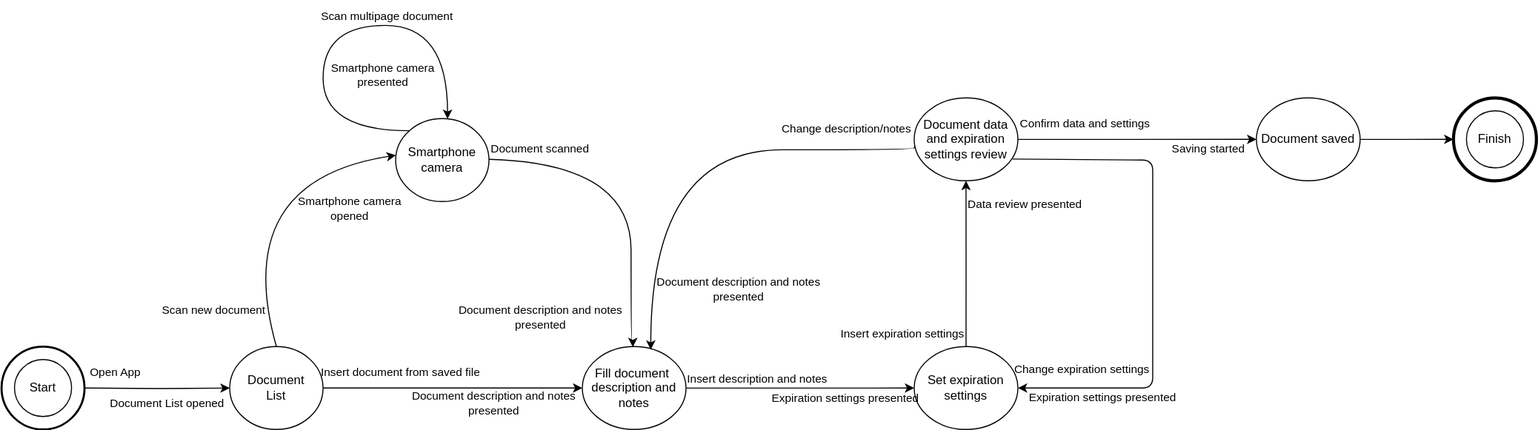
antoniociprani/human_computer_interaction keeps this draw.io diagram as Draw.io diagrams/document_add_STN.drawio.svg. Above is the earlier version. Source tidied: cells renumbered, new cells last; positions are measured from the earlier drawing's top-left corner, leaving out a move shared by most shapes. The source it was exported from:
```xml
<mxGraphModel>
  <root>
    <mxCell id="0" />
    <mxCell id="1" parent="0" />
    <mxCell id="2" style="edgeStyle=orthogonalEdgeStyle;rounded=0;jettySize=auto;html=1;" parent="1" edge="1" source="4" target="8">
      <mxGeometry relative="1" as="geometry" />
    </mxCell>
    <mxCell id="3" style="rounded=0;jettySize=auto;html=1;entryX=0.003;entryY=0.442;entryDx=0;entryDy=0;entryPerimeter=0;jumpStyle=arc;jumpSize=6;curved=1;exitX=0.5;exitY=0;exitDx=0;exitDy=0;" parent="1" edge="1" source="4" target="13">
      <mxGeometry relative="1" as="geometry">
        <Array as="points">
          <mxPoint x="220" y="174" />
        </Array>
      </mxGeometry>
    </mxCell>
    <mxCell id="4" value="Document&lt;div&gt;List&lt;/div&gt;" style="ellipse;whiteSpace=wrap;html=1;" parent="1" vertex="1">
      <mxGeometry x="220" y="334" width="90" height="80" as="geometry" />
    </mxCell>
    <mxCell id="5" value="Open App" style="text;html=1;align=center;verticalAlign=middle;whiteSpace=wrap;rounded=0;fontSize=11;" parent="1" vertex="1">
      <mxGeometry x="80" y="344" width="60" height="30" as="geometry" />
    </mxCell>
    <mxCell id="6" value="Document List opened" style="text;html=1;align=center;verticalAlign=middle;whiteSpace=wrap;rounded=0;fontSize=11;" parent="1" vertex="1">
      <mxGeometry x="90" y="374" width="140" height="30" as="geometry" />
    </mxCell>
    <mxCell id="7" style="edgeStyle=orthogonalEdgeStyle;rounded=0;jettySize=auto;html=1;" parent="1" edge="1" source="8">
      <mxGeometry relative="1" as="geometry">
        <mxPoint x="880" y="374" as="targetPoint" />
        <Array as="points">
          <mxPoint x="840" y="374" />
          <mxPoint x="840" y="374" />
        </Array>
      </mxGeometry>
    </mxCell>
    <mxCell id="8" value="Fill d&lt;span style=&quot;background-color: initial;&quot;&gt;ocument&amp;nbsp;&lt;/span&gt;&lt;div&gt;&lt;div&gt;description and notes&lt;/div&gt;&lt;/div&gt;" style="ellipse;whiteSpace=wrap;html=1;" parent="1" vertex="1">
      <mxGeometry x="560" y="334" width="100" height="80" as="geometry" />
    </mxCell>
    <mxCell id="9" value="Insert document from saved file" style="text;html=1;align=center;verticalAlign=middle;whiteSpace=wrap;rounded=0;fontSize=11;" parent="1" vertex="1">
      <mxGeometry x="300" y="344" width="170" height="30" as="geometry" />
    </mxCell>
    <mxCell id="10" value="Document description and notes&lt;div&gt;presented&lt;/div&gt;" style="text;html=1;align=center;verticalAlign=middle;whiteSpace=wrap;rounded=0;fontSize=11;" parent="1" vertex="1">
      <mxGeometry x="390" y="374" width="170" height="30" as="geometry" />
    </mxCell>
    <mxCell id="11" style="edgeStyle=orthogonalEdgeStyle;rounded=0;orthogonalLoop=1;jettySize=auto;html=1;curved=1;entryX=0.617;entryY=0.019;entryDx=0;entryDy=0;entryPerimeter=0;" parent="1" edge="1">
      <mxGeometry relative="1" as="geometry">
        <mxPoint x="457" y="153" as="sourcePoint" />
        <mxPoint x="608.7" y="334.5" as="targetPoint" />
        <Array as="points">
          <mxPoint x="607" y="153" />
          <mxPoint x="607" y="329" />
          <mxPoint x="609" y="329" />
        </Array>
      </mxGeometry>
    </mxCell>
    <mxCell id="12" style="edgeStyle=orthogonalEdgeStyle;rounded=0;orthogonalLoop=1;jettySize=auto;html=1;exitX=0;exitY=0;exitDx=0;exitDy=0;curved=1;" parent="1" edge="1" source="13" target="13">
      <mxGeometry relative="1" as="geometry">
        <Array as="points">
          <mxPoint x="310" y="126" />
          <mxPoint x="310" y="24" />
          <mxPoint x="430" y="24" />
        </Array>
      </mxGeometry>
    </mxCell>
    <mxCell id="13" value="Smartphone&lt;div&gt;camera&lt;/div&gt;" style="ellipse;whiteSpace=wrap;html=1;" parent="1" vertex="1">
      <mxGeometry x="380" y="114" width="90" height="80" as="geometry" />
    </mxCell>
    <mxCell id="14" value="Scan new document" style="text;html=1;align=center;verticalAlign=middle;whiteSpace=wrap;rounded=0;fontSize=11;" parent="1" vertex="1">
      <mxGeometry x="120" y="284" width="170" height="30" as="geometry" />
    </mxCell>
    <mxCell id="15" value="Smartphone camera&lt;div&gt;opened&lt;/div&gt;" style="text;html=1;align=center;verticalAlign=middle;whiteSpace=wrap;rounded=0;fontSize=11;rotation=0;" parent="1" vertex="1">
      <mxGeometry x="276" y="186" width="120" height="30" as="geometry" />
    </mxCell>
    <mxCell id="16" value="Document scanned" style="text;html=1;align=center;verticalAlign=middle;whiteSpace=wrap;rounded=0;fontSize=11;" parent="1" vertex="1">
      <mxGeometry x="435" y="132" width="169" height="21" as="geometry" />
    </mxCell>
    <mxCell id="17" style="edgeStyle=orthogonalEdgeStyle;rounded=0;jettySize=auto;html=1;exitX=0.5;exitY=0;exitDx=0;exitDy=0;" parent="1" edge="1" source="18">
      <mxGeometry relative="1" as="geometry">
        <mxPoint x="930" y="174" as="targetPoint" />
      </mxGeometry>
    </mxCell>
    <mxCell id="18" value="Set expiration settings" style="ellipse;whiteSpace=wrap;html=1;" parent="1" vertex="1">
      <mxGeometry x="880" y="334" width="100" height="80" as="geometry" />
    </mxCell>
    <mxCell id="19" value="Insert description and notes" style="text;html=1;align=center;verticalAlign=middle;whiteSpace=wrap;rounded=0;fontSize=11;" parent="1" vertex="1">
      <mxGeometry x="644" y="350" width="170" height="30" as="geometry" />
    </mxCell>
    <mxCell id="20" value="Expiration settings presented" style="text;html=1;align=center;verticalAlign=middle;whiteSpace=wrap;rounded=0;fontSize=11;" parent="1" vertex="1">
      <mxGeometry x="729" y="369" width="170" height="30" as="geometry" />
    </mxCell>
    <mxCell id="21" style="edgeStyle=orthogonalEdgeStyle;rounded=0;jettySize=auto;html=1;" parent="1" edge="1" source="23">
      <mxGeometry relative="1" as="geometry">
        <mxPoint x="1210" y="134" as="targetPoint" />
      </mxGeometry>
    </mxCell>
    <mxCell id="22" style="edgeStyle=orthogonalEdgeStyle;rounded=0;jettySize=auto;html=1;entryX=0.66;entryY=0;entryDx=0;entryDy=0;entryPerimeter=0;curved=1;exitX=0.022;exitY=0.583;exitDx=0;exitDy=0;exitPerimeter=0;" parent="1" edge="1" source="23">
      <mxGeometry relative="1" as="geometry">
        <mxPoint x="626" y="337" as="targetPoint" />
        <Array as="points">
          <mxPoint x="880" y="141" />
          <mxPoint x="880" y="144" />
          <mxPoint x="626" y="144" />
        </Array>
      </mxGeometry>
    </mxCell>
    <mxCell id="23" value="Document data and expiration settings review" style="ellipse;whiteSpace=wrap;html=1;" parent="1" vertex="1">
      <mxGeometry x="880" y="94" width="100" height="80" as="geometry" />
    </mxCell>
    <mxCell id="24" value="Insert expiration settings" style="text;html=1;align=center;verticalAlign=middle;whiteSpace=wrap;rounded=0;fontSize=11;" parent="1" vertex="1">
      <mxGeometry x="784" y="307" width="170" height="30" as="geometry" />
    </mxCell>
    <mxCell id="25" value="Data review presented" style="text;html=1;align=center;verticalAlign=middle;whiteSpace=wrap;rounded=0;fontSize=11;" parent="1" vertex="1">
      <mxGeometry x="902" y="182" width="170" height="30" as="geometry" />
    </mxCell>
    <mxCell id="26" value="Confirm data and settings" style="text;html=1;align=center;verticalAlign=middle;whiteSpace=wrap;rounded=0;fontSize=11;" parent="1" vertex="1">
      <mxGeometry x="960" y="104" width="170" height="30" as="geometry" />
    </mxCell>
    <mxCell id="27" value="Saving started" style="text;html=1;align=center;verticalAlign=middle;whiteSpace=wrap;rounded=0;fontSize=11;" parent="1" vertex="1">
      <mxGeometry x="1079" y="127.5" width="170" height="30" as="geometry" />
    </mxCell>
    <mxCell id="28" style="edgeStyle=orthogonalEdgeStyle;rounded=0;jettySize=auto;html=1;" parent="1" edge="1" source="29">
      <mxGeometry relative="1" as="geometry">
        <mxPoint x="1400" y="134" as="targetPoint" />
      </mxGeometry>
    </mxCell>
    <mxCell id="29" value="Document saved" style="ellipse;whiteSpace=wrap;html=1;" parent="1" vertex="1">
      <mxGeometry x="1210" y="94" width="100" height="80" as="geometry" />
    </mxCell>
    <mxCell id="30" value="Document description and notes&lt;div&gt;presented&lt;/div&gt;" style="text;html=1;align=center;verticalAlign=middle;whiteSpace=wrap;rounded=0;fontSize=11;" parent="1" vertex="1">
      <mxGeometry x="435" y="291" width="170" height="30" as="geometry" />
    </mxCell>
    <mxCell id="31" style="endArrow=classic;html=1;rounded=1;entryX=1;entryY=0.5;entryDx=0;entryDy=0;curved=0;" parent="1" edge="1" target="18">
      <mxGeometry relative="1" as="geometry">
        <mxPoint x="975" y="153" as="sourcePoint" />
        <Array as="points">
          <mxPoint x="1110" y="154" />
          <mxPoint x="1110" y="264" />
          <mxPoint x="1110" y="374" />
        </Array>
      </mxGeometry>
    </mxCell>
    <mxCell id="32" value="Expiration settings presented" style="text;html=1;align=center;verticalAlign=middle;whiteSpace=wrap;rounded=0;fontSize=11;" parent="1" vertex="1">
      <mxGeometry x="977" y="368" width="170" height="30" as="geometry" />
    </mxCell>
    <mxCell id="33" value="Change expiration settings" style="text;html=1;align=center;verticalAlign=middle;whiteSpace=wrap;rounded=0;fontSize=11;" parent="1" vertex="1">
      <mxGeometry x="957" y="341" width="170" height="30" as="geometry" />
    </mxCell>
    <mxCell id="34" value="Change description/notes" style="text;html=1;align=center;verticalAlign=middle;whiteSpace=wrap;rounded=0;fontSize=11;" parent="1" vertex="1">
      <mxGeometry x="730" y="109" width="170" height="30" as="geometry" />
    </mxCell>
    <mxCell id="35" value="Document description and notes&lt;div&gt;presented&lt;/div&gt;" style="text;html=1;align=center;verticalAlign=middle;whiteSpace=wrap;rounded=0;fontSize=11;" parent="1" vertex="1">
      <mxGeometry x="626" y="264" width="170" height="30" as="geometry" />
    </mxCell>
    <mxCell id="36" value="Scan multipage document" style="text;html=1;align=center;verticalAlign=middle;whiteSpace=wrap;rounded=0;fontSize=11;" parent="1" vertex="1">
      <mxGeometry x="287" width="170" height="30" as="geometry" />
    </mxCell>
    <mxCell id="37" value="Smartphone camera&lt;div&gt;presented&lt;/div&gt;" style="text;html=1;align=center;verticalAlign=middle;whiteSpace=wrap;rounded=0;fontSize=11;rotation=0;" parent="1" vertex="1">
      <mxGeometry x="308" y="57" width="120" height="30" as="geometry" />
    </mxCell>
    <mxCell id="38" style="ellipse;whiteSpace=wrap;html=1;" parent="1" vertex="1">
      <mxGeometry x="12.5" y="346.5" width="55" height="55" as="geometry" />
    </mxCell>
    <mxCell id="39" style="ellipse;whiteSpace=wrap;html=1;fillColor=none;strokeWidth=2;" parent="1" vertex="1">
      <mxGeometry y="334" width="80" height="80" as="geometry" />
    </mxCell>
    <mxCell id="40" style="edgeStyle=orthogonalEdgeStyle;rounded=0;jettySize=auto;html=1;entryX=0;entryY=0.5;entryDx=0;entryDy=0;" parent="1" edge="1" target="4">
      <mxGeometry relative="1" as="geometry">
        <mxPoint x="80" y="374" as="sourcePoint" />
      </mxGeometry>
    </mxCell>
    <mxCell id="41" value="Start" style="text;html=1;align=center;verticalAlign=middle;whiteSpace=wrap;rounded=0;" parent="1" vertex="1">
      <mxGeometry x="10" y="359" width="60" height="30" as="geometry" />
    </mxCell>
    <mxCell id="42" style="ellipse;whiteSpace=wrap;html=1;" parent="1" vertex="1">
      <mxGeometry x="1412.5" y="106.5" width="55" height="55" as="geometry" />
    </mxCell>
    <mxCell id="43" style="ellipse;whiteSpace=wrap;html=1;fillColor=none;strokeWidth=3;" parent="1" vertex="1">
      <mxGeometry x="1400" y="94" width="80" height="80" as="geometry" />
    </mxCell>
    <mxCell id="44" value="Finish" style="text;html=1;align=center;verticalAlign=middle;whiteSpace=wrap;rounded=0;" parent="1" vertex="1">
      <mxGeometry x="1410" y="119" width="60" height="30" as="geometry" />
    </mxCell>
  </root>
</mxGraphModel>
```
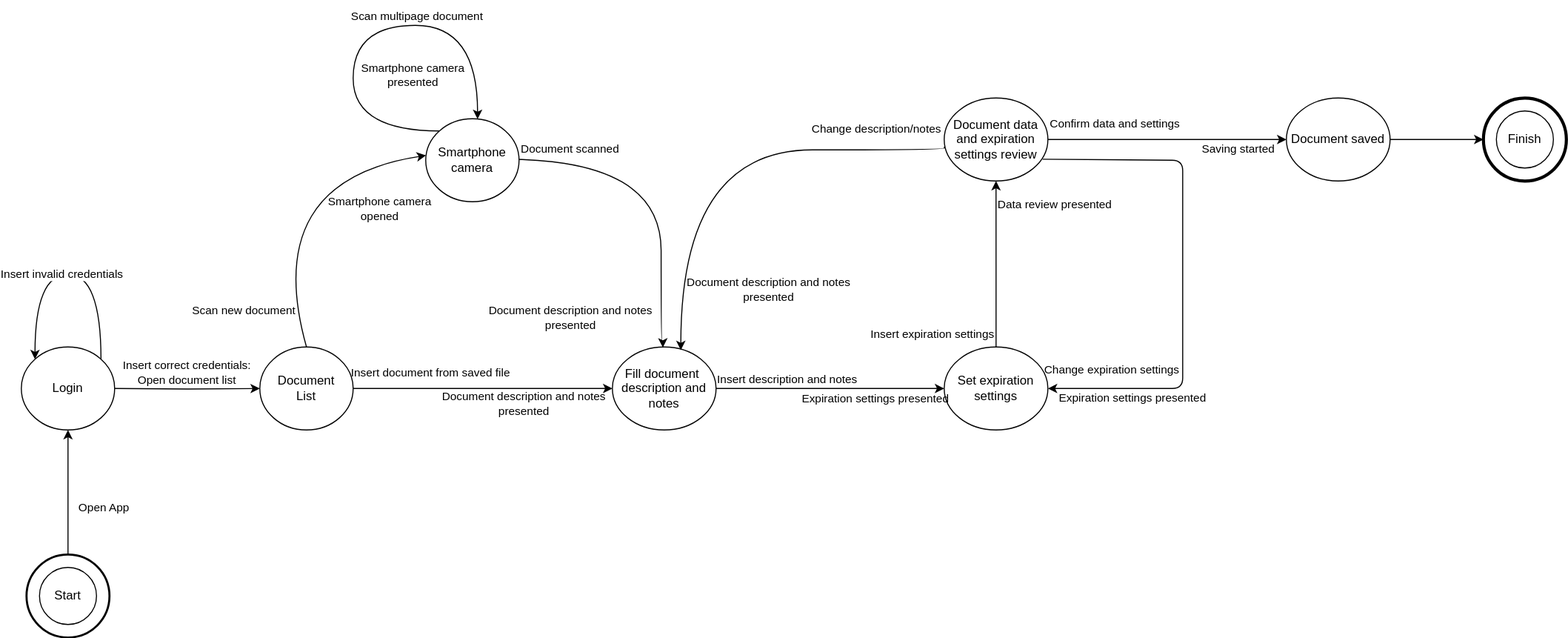
Above is the later version.

Commit message:
Added the login HTA

Change to the diagram source:
```diff
@@ -16,10 +16,10 @@
       <mxGeometry x="220" y="334" width="90" height="80" as="geometry" />
     </mxCell>
     <mxCell id="5" value="Open App" style="text;html=1;align=center;verticalAlign=middle;whiteSpace=wrap;rounded=0;fontSize=11;" parent="1" vertex="1">
-      <mxGeometry x="80" y="344" width="60" height="30" as="geometry" />
+      <mxGeometry x="40" y="474" width="60" height="30" as="geometry" />
     </mxCell>
-    <mxCell id="6" value="Document List opened" style="text;html=1;align=center;verticalAlign=middle;whiteSpace=wrap;rounded=0;fontSize=11;" parent="1" vertex="1">
-      <mxGeometry x="90" y="374" width="140" height="30" as="geometry" />
+    <mxCell id="6" value="Insert correct credentials: Open document list" style="text;html=1;align=center;verticalAlign=middle;whiteSpace=wrap;rounded=0;fontSize=11;" parent="1" vertex="1">
+      <mxGeometry x="80" y="344" width="140" height="30" as="geometry" />
     </mxCell>
     <mxCell id="7" style="edgeStyle=orthogonalEdgeStyle;rounded=0;jettySize=auto;html=1;" parent="1" edge="1" source="8">
       <mxGeometry relative="1" as="geometry">
@@ -155,10 +155,13 @@
       <mxGeometry x="308" y="57" width="120" height="30" as="geometry" />
     </mxCell>
     <mxCell id="38" style="ellipse;whiteSpace=wrap;html=1;" parent="1" vertex="1">
-      <mxGeometry x="12.5" y="346.5" width="55" height="55" as="geometry" />
+      <mxGeometry x="7.5" y="546.5" width="55" height="55" as="geometry" />
     </mxCell>
+    <mxCell id="45" style="edgeStyle=orthogonalEdgeStyle;rounded=0;jettySize=auto;html=1;entryX=0.5;entryY=1;entryDx=0;entryDy=0;" parent="1" edge="1" source="39" target="46">
+      <mxGeometry relative="1" as="geometry" />
+    </mxCell>
     <mxCell id="39" style="ellipse;whiteSpace=wrap;html=1;fillColor=none;strokeWidth=2;" parent="1" vertex="1">
-      <mxGeometry y="334" width="80" height="80" as="geometry" />
+      <mxGeometry x="-5" y="534" width="80" height="80" as="geometry" />
     </mxCell>
     <mxCell id="40" style="edgeStyle=orthogonalEdgeStyle;rounded=0;jettySize=auto;html=1;entryX=0;entryY=0.5;entryDx=0;entryDy=0;" parent="1" edge="1" target="4">
       <mxGeometry relative="1" as="geometry">
@@ -166,7 +169,7 @@
       </mxGeometry>
     </mxCell>
     <mxCell id="41" value="Start" style="text;html=1;align=center;verticalAlign=middle;whiteSpace=wrap;rounded=0;" parent="1" vertex="1">
-      <mxGeometry x="10" y="359" width="60" height="30" as="geometry" />
+      <mxGeometry x="5" y="559" width="60" height="30" as="geometry" />
     </mxCell>
     <mxCell id="42" style="ellipse;whiteSpace=wrap;html=1;" parent="1" vertex="1">
       <mxGeometry x="1412.5" y="106.5" width="55" height="55" as="geometry" />
@@ -177,5 +180,21 @@
     <mxCell id="44" value="Finish" style="text;html=1;align=center;verticalAlign=middle;whiteSpace=wrap;rounded=0;" parent="1" vertex="1">
       <mxGeometry x="1410" y="119" width="60" height="30" as="geometry" />
     </mxCell>
+    <mxCell id="46" value="Login" style="ellipse;whiteSpace=wrap;html=1;" parent="1" vertex="1">
+      <mxGeometry x="-10" y="334" width="90" height="80" as="geometry" />
+    </mxCell>
+    <mxCell id="47" style="edgeStyle=orthogonalEdgeStyle;rounded=0;orthogonalLoop=1;jettySize=auto;html=1;exitX=1;exitY=0;exitDx=0;exitDy=0;entryX=0;entryY=0;entryDx=0;entryDy=0;curved=1;" parent="1" edge="1" source="46" target="46">
+      <mxGeometry relative="1" as="geometry">
+        <Array as="points">
+          <mxPoint x="67" y="264" />
+          <mxPoint x="3" y="264" />
+        </Array>
+      </mxGeometry>
+    </mxCell>
+    <mxCell id="48" value="Insert invalid credentials" style="edgeLabel;html=1;align=center;verticalAlign=middle;" parent="47" vertex="1">
+      <mxGeometry x="0.06" y="1" relative="1" as="geometry">
+        <mxPoint y="-1" as="offset" />
+      </mxGeometry>
+    </mxCell>
   </root>
 </mxGraphModel>
```
